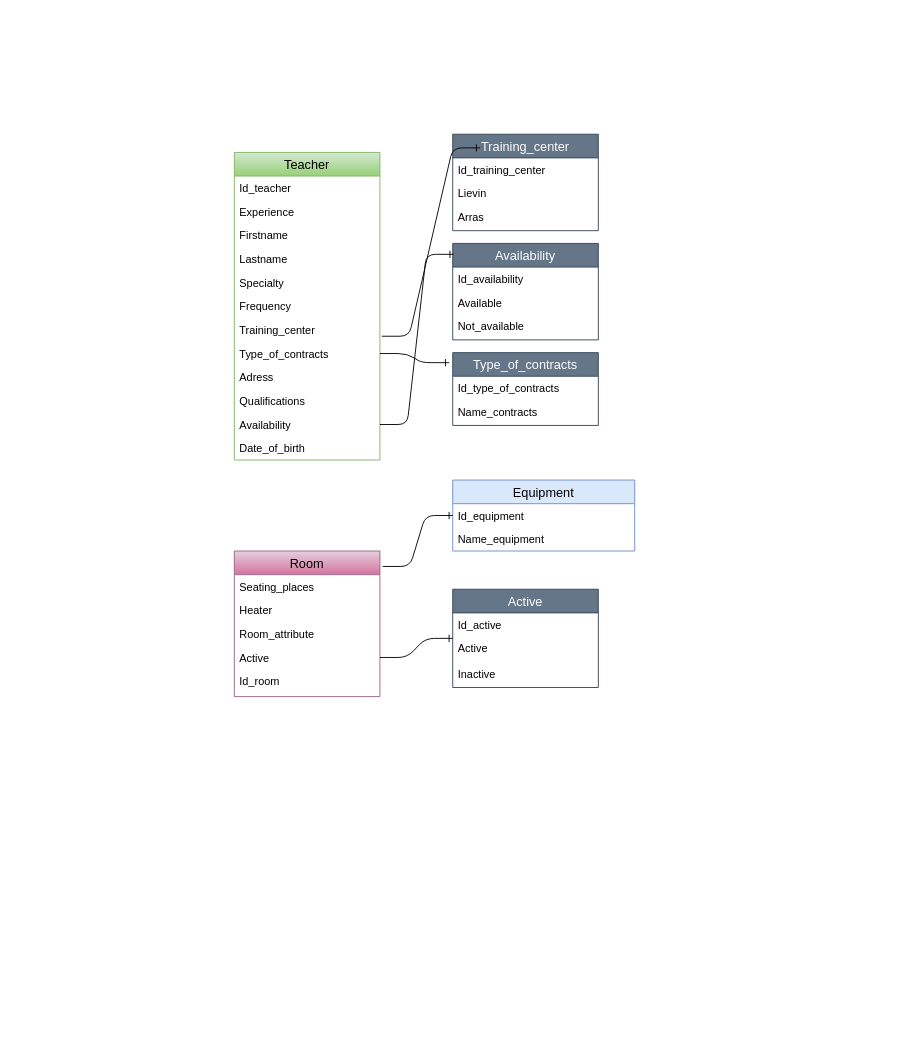
Barrkevin/GithubKevin keeps this draw.io diagram as MySQL/Introduction SQL.drawio. Above is the earlier version. Source tidied: cells renumbered, new cells numbered last; positions are measured from the earlier drawing's top-left corner, leaving out a move shared by most shapes. Both pictures are drawn from the tidied source at 91%, with x=0, y=0 at pixel (234, 134).
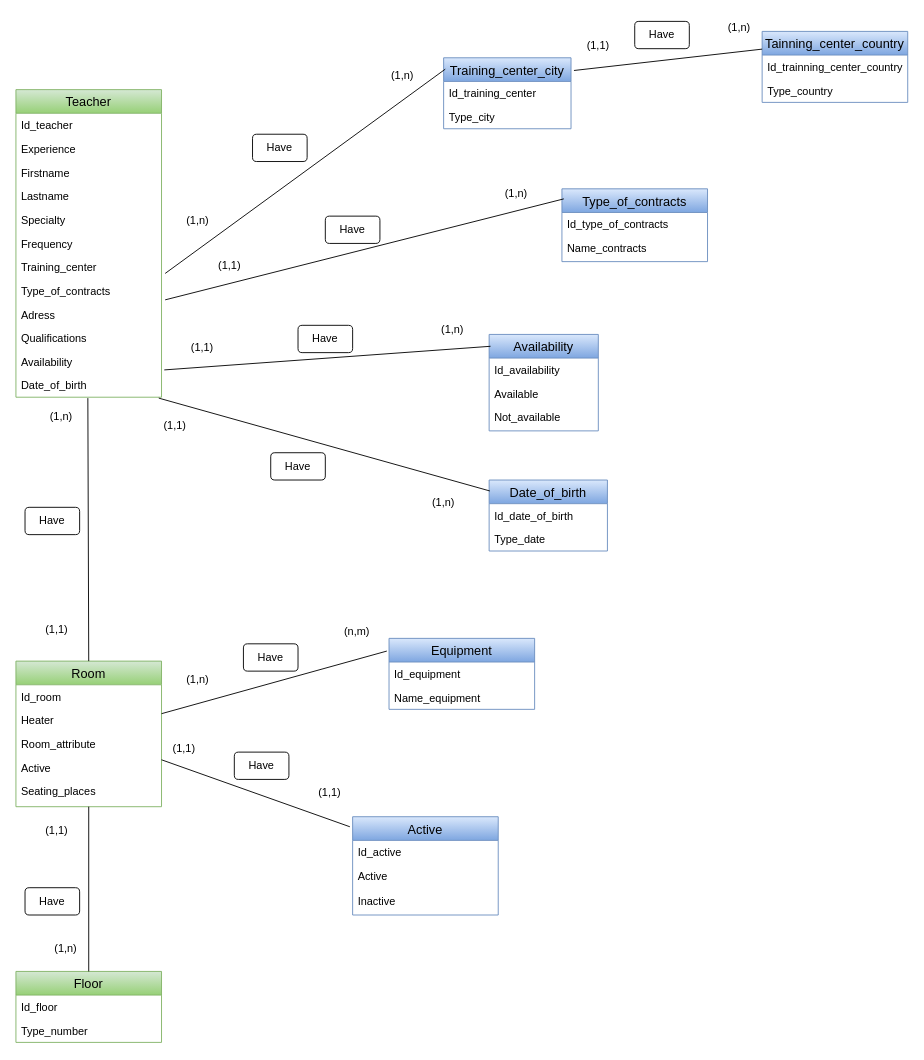
The same page after the edit.

Unchanged cells that the change refers to:
```xml
<mxCell id="15" value="Training_center" style="text;strokeColor=none;fillColor=none;spacingLeft=4;spacingRight=4;overflow=hidden;points=[[0,0.5],[1,0.5]];portConstraint=eastwest;fontSize=12;" parent="8" vertex="1">
  <mxGeometry y="182" width="160" height="26" as="geometry" />
</mxCell>
<mxCell id="16" value="Type_of_contracts" style="text;strokeColor=none;fillColor=none;spacingLeft=4;spacingRight=4;overflow=hidden;points=[[0,0.5],[1,0.5]];portConstraint=eastwest;fontSize=12;" parent="8" vertex="1">
  <mxGeometry y="208" width="160" height="26" as="geometry" />
</mxCell>
<mxCell id="19" value="Availability" style="text;strokeColor=none;fillColor=none;spacingLeft=4;spacingRight=4;overflow=hidden;points=[[0,0.5],[1,0.5]];portConstraint=eastwest;fontSize=12;" parent="8" vertex="1">
  <mxGeometry y="286" width="160" height="26" as="geometry" />
</mxCell>
<mxCell id="20" value="Date_of_birth" style="text;strokeColor=none;fillColor=none;spacingLeft=4;spacingRight=4;overflow=hidden;points=[[0,0.5],[1,0.5]];portConstraint=eastwest;fontSize=12;" parent="8" vertex="1">
  <mxGeometry y="312" width="160" height="26" as="geometry" />
</mxCell>
<mxCell id="25" value="Active" style="text;strokeColor=none;fillColor=none;spacingLeft=4;spacingRight=4;overflow=hidden;points=[[0,0.5],[1,0.5]];portConstraint=eastwest;fontSize=12;" parent="21" vertex="1">
  <mxGeometry y="104" width="160" height="26" as="geometry" />
</mxCell>
```

Diff of the diagram source:
```diff
@@
-    <mxCell id="2" value="Equipment" style="swimlane;fontStyle=0;horizontal=1;startSize=26;fillColor=#dae8fc;swimlaneFillColor=#ffffff;align=center;fontSize=14;strokeColor=#6c8ebf;" parent="1" vertex="1">
-      <mxGeometry x="240" y="380" width="200" height="78" as="geometry" />
+    <mxCell id="2" value="Equipment" style="swimlane;fontStyle=0;horizontal=1;startSize=26;fillColor=#dae8fc;swimlaneFillColor=#ffffff;align=center;fontSize=14;strokeColor=#6c8ebf;gradientColor=#7ea6e0;" parent="1" vertex="1">
+      <mxGeometry x="170" y="554" width="160" height="78" as="geometry" />
     </mxCell>
     <mxCell id="3" value="Id_equipment" style="text;strokeColor=none;fillColor=none;spacingLeft=4;spacingRight=4;overflow=hidden;fontSize=12;" parent="2" vertex="1">
-      <mxGeometry y="26" width="200" height="26" as="geometry" />
+      <mxGeometry y="26" width="160" height="26" as="geometry" />
     </mxCell>
     <mxCell id="4" value="Name_equipment" style="text;strokeColor=none;fillColor=none;spacingLeft=4;spacingRight=4;overflow=hidden;fontSize=12;" parent="2" vertex="1">
-      <mxGeometry y="52" width="200" height="26" as="geometry" />
+      <mxGeometry y="52" width="160" height="26" as="geometry" />
     </mxCell>
-    <mxCell id="5" value="Type_of_contracts" style="swimlane;fontStyle=0;horizontal=1;startSize=26;fillColor=#647687;swimlaneFillColor=#ffffff;align=center;fontSize=14;strokeColor=#314354;fontColor=#ffffff;" parent="1" vertex="1">
-      <mxGeometry x="240" y="240" width="160" height="80" as="geometry" />
+    <mxCell id="5" value="Type_of_contracts" style="swimlane;fontStyle=0;horizontal=1;startSize=26;fillColor=#dae8fc;swimlaneFillColor=#ffffff;align=center;fontSize=14;strokeColor=#6c8ebf;gradientColor=#7ea6e0;" parent="1" vertex="1">
+      <mxGeometry x="360" y="60" width="160" height="80" as="geometry" />
     </mxCell>
@@
     <mxCell id="8" value="Teacher" style="swimlane;fontStyle=0;horizontal=1;startSize=26;fillColor=#d5e8d4;swimlaneFillColor=#ffffff;align=center;fontSize=14;gradientColor=#97d077;strokeColor=#82b366;" parent="1" vertex="1">
-      <mxGeometry y="20" width="160" height="338" as="geometry" />
+      <mxGeometry x="-240" y="-49" width="160" height="338" as="geometry" />
     </mxCell>
@@
-    <mxCell id="21" value="Room" style="swimlane;fontStyle=0;horizontal=1;startSize=26;fillColor=#e6d0de;swimlaneFillColor=#ffffff;align=center;fontSize=14;gradientColor=#d5739d;strokeColor=#996185;" parent="1" vertex="1">
-      <mxGeometry y="458" width="160" height="160" as="geometry" />
+    <mxCell id="21" value="Room" style="swimlane;fontStyle=0;horizontal=1;startSize=26;fillColor=#d5e8d4;swimlaneFillColor=#ffffff;align=center;fontSize=14;gradientColor=#97d077;strokeColor=#82b366;" parent="1" vertex="1">
+      <mxGeometry x="-240" y="579" width="160" height="160" as="geometry" />
     </mxCell>
-    <mxCell id="22" value="Seating_places" style="text;strokeColor=none;fillColor=none;spacingLeft=4;spacingRight=4;overflow=hidden;fontSize=12;" parent="21" vertex="1">
+    <mxCell id="22" value="Id_room" style="text;strokeColor=none;fillColor=none;spacingLeft=4;spacingRight=4;overflow=hidden;fontSize=12;" parent="21" vertex="1">
       <mxGeometry y="26" width="160" height="26" as="geometry" />
     </mxCell>
@@
-    <mxCell id="26" value="Id_room" style="text;strokeColor=none;fillColor=none;spacingLeft=4;spacingRight=4;overflow=hidden;fontSize=12;" parent="21" vertex="1">
+    <mxCell id="26" value="Seating_places" style="text;strokeColor=none;fillColor=none;spacingLeft=4;spacingRight=4;overflow=hidden;fontSize=12;" parent="21" vertex="1">
       <mxGeometry y="130" width="160" height="30" as="geometry" />
     </mxCell>
-    <mxCell id="27" style="edgeStyle=entityRelationEdgeStyle;fontSize=12;html=1;endArrow=ERone;endFill=1;exitX=1.019;exitY=0.106;exitDx=0;exitDy=0;exitPerimeter=0;" parent="1" edge="1" source="21" target="2">
-      <mxGeometry relative="1" as="geometry" />
-    </mxCell>
-    <mxCell id="28" style="edgeStyle=entityRelationEdgeStyle;fontSize=12;html=1;endArrow=ERone;endFill=1;entryX=-0.025;entryY=0.138;entryDx=0;entryDy=0;entryPerimeter=0;" parent="1" edge="1" source="16" target="5">
-      <mxGeometry relative="1" as="geometry" />
-    </mxCell>
-    <mxCell id="29" value="Availability" style="swimlane;fontStyle=0;horizontal=1;startSize=26;fillColor=#647687;swimlaneFillColor=#ffffff;align=center;fontSize=14;strokeColor=#314354;fontColor=#ffffff;" parent="1" vertex="1">
-      <mxGeometry x="240" y="120" width="160" height="106" as="geometry" />
+    <mxCell id="29" value="Availability" style="swimlane;fontStyle=0;horizontal=1;startSize=26;fillColor=#dae8fc;swimlaneFillColor=#ffffff;align=center;fontSize=14;strokeColor=#6c8ebf;gradientColor=#7ea6e0;" parent="1" vertex="1">
+      <mxGeometry x="280" y="220" width="120" height="106" as="geometry" />
     </mxCell>
     <mxCell id="30" value="Id_availability" style="text;strokeColor=none;fillColor=none;spacingLeft=4;spacingRight=4;overflow=hidden;fontSize=12;" parent="29" vertex="1">
-      <mxGeometry y="26" width="160" height="26" as="geometry" />
+      <mxGeometry y="26" width="120" height="26" as="geometry" />
     </mxCell>
     <mxCell id="31" value="Available&#10;" style="text;strokeColor=none;fillColor=none;spacingLeft=4;spacingRight=4;overflow=hidden;fontSize=12;" parent="29" vertex="1">
-      <mxGeometry y="52" width="160" height="26" as="geometry" />
+      <mxGeometry y="52" width="120" height="26" as="geometry" />
     </mxCell>
     <mxCell id="32" value="Not_available" style="text;strokeColor=none;fillColor=none;spacingLeft=4;spacingRight=4;overflow=hidden;fontSize=12;" parent="29" vertex="1">
-      <mxGeometry y="78" width="160" height="28" as="geometry" />
+      <mxGeometry y="78" width="120" height="28" as="geometry" />
     </mxCell>
-    <mxCell id="33" style="edgeStyle=entityRelationEdgeStyle;fontSize=12;html=1;endArrow=ERone;endFill=1;entryX=0.006;entryY=0.113;entryDx=0;entryDy=0;entryPerimeter=0;" parent="1" edge="1" source="19" target="29">
-      <mxGeometry relative="1" as="geometry" />
-    </mxCell>
-    <mxCell id="34" value="Training_center" style="swimlane;fontStyle=0;horizontal=1;startSize=26;fillColor=#647687;swimlaneFillColor=#ffffff;align=center;fontSize=14;strokeColor=#314354;fontColor=#ffffff;" parent="1" vertex="1">
-      <mxGeometry x="240" width="160" height="106" as="geometry" />
+    <mxCell id="34" value="Training_center_city" style="swimlane;fontStyle=0;horizontal=1;startSize=26;fillColor=#dae8fc;swimlaneFillColor=#ffffff;align=center;fontSize=14;strokeColor=#6c8ebf;gradientColor=#7ea6e0;" parent="1" vertex="1">
+      <mxGeometry x="230" y="-84" width="140" height="78" as="geometry" />
     </mxCell>
-    <mxCell id="35" style="edgeStyle=entityRelationEdgeStyle;fontSize=12;html=1;endArrow=ERone;endFill=1;exitX=1.013;exitY=0.769;exitDx=0;exitDy=0;exitPerimeter=0;" parent="34" edge="1" source="15">
-      <mxGeometry relative="1" as="geometry">
-        <mxPoint x="30" y="15" as="targetPoint" />
-      </mxGeometry>
-    </mxCell>
     <mxCell id="36" value="Id_training_center" style="text;strokeColor=none;fillColor=none;spacingLeft=4;spacingRight=4;overflow=hidden;fontSize=12;" parent="34" vertex="1">
-      <mxGeometry y="26" width="160" height="26" as="geometry" />
+      <mxGeometry y="26" width="140" height="26" as="geometry" />
     </mxCell>
-    <mxCell id="37" value="Lievin" style="text;strokeColor=none;fillColor=none;spacingLeft=4;spacingRight=4;overflow=hidden;fontSize=12;" parent="34" vertex="1">
-      <mxGeometry y="52" width="160" height="26" as="geometry" />
+    <mxCell id="37" value="Type_city" style="text;strokeColor=none;fillColor=none;spacingLeft=4;spacingRight=4;overflow=hidden;fontSize=12;" parent="34" vertex="1">
+      <mxGeometry y="52" width="140" height="26" as="geometry" />
     </mxCell>
-    <mxCell id="38" value="Arras" style="text;strokeColor=none;fillColor=none;spacingLeft=4;spacingRight=4;overflow=hidden;fontSize=12;" parent="34" vertex="1">
-      <mxGeometry y="78" width="160" height="28" as="geometry" />
-    </mxCell>
-    <mxCell id="39" value="Active" style="swimlane;fontStyle=0;horizontal=1;startSize=26;fillColor=#647687;swimlaneFillColor=#ffffff;align=center;fontSize=14;strokeColor=#314354;fontColor=#ffffff;" parent="1" vertex="1">
-      <mxGeometry x="240" y="500" width="160" height="108" as="geometry" />
+    <mxCell id="39" value="Active" style="swimlane;fontStyle=0;horizontal=1;startSize=26;fillColor=#dae8fc;swimlaneFillColor=#ffffff;align=center;fontSize=14;strokeColor=#6c8ebf;gradientColor=#7ea6e0;" parent="1" vertex="1">
+      <mxGeometry x="130" y="750" width="160" height="108" as="geometry" />
     </mxCell>
@@
-    <mxCell id="43" style="edgeStyle=entityRelationEdgeStyle;fontSize=12;html=1;endArrow=ERone;endFill=1;" parent="1" edge="1" source="25" target="39">
-      <mxGeometry relative="1" as="geometry" />
-    </mxCell>
+    <mxCell id="44" value="Tainning_center_country" style="swimlane;fontStyle=0;horizontal=1;startSize=26;fillColor=#dae8fc;swimlaneFillColor=#ffffff;align=center;fontSize=14;strokeColor=#6c8ebf;gradientColor=#7ea6e0;" parent="1" vertex="1">
+      <mxGeometry x="580" y="-113" width="160" height="78" as="geometry" />
+    </mxCell>
+    <mxCell id="45" value="Id_trainning_center_country" style="text;strokeColor=none;fillColor=none;spacingLeft=4;spacingRight=4;overflow=hidden;fontSize=12;" parent="44" vertex="1">
+      <mxGeometry y="26" width="160" height="26" as="geometry" />
+    </mxCell>
+    <mxCell id="46" value="Type_country" style="text;strokeColor=none;fillColor=none;spacingLeft=4;spacingRight=4;overflow=hidden;fontSize=12;" parent="44" vertex="1">
+      <mxGeometry y="52" width="160" height="26" as="geometry" />
+    </mxCell>
+    <mxCell id="47" value="Date_of_birth" style="swimlane;fontStyle=0;horizontal=1;startSize=26;fillColor=#dae8fc;swimlaneFillColor=#ffffff;align=center;fontSize=14;gradientColor=#7ea6e0;strokeColor=#6c8ebf;" parent="1" vertex="1">
+      <mxGeometry x="280" y="380" width="130" height="78" as="geometry" />
+    </mxCell>
+    <mxCell id="48" value="Id_date_of_birth" style="text;strokeColor=none;fillColor=none;spacingLeft=4;spacingRight=4;overflow=hidden;fontSize=12;" parent="47" vertex="1">
+      <mxGeometry y="26" width="130" height="26" as="geometry" />
+    </mxCell>
+    <mxCell id="49" value="Type_date" style="text;strokeColor=none;fillColor=none;spacingLeft=4;spacingRight=4;overflow=hidden;fontSize=12;" parent="47" vertex="1">
+      <mxGeometry y="52" width="130" height="26" as="geometry" />
+    </mxCell>
+    <mxCell id="50" style="endArrow=none;html=1;rounded=0;exitX=0.981;exitY=1.038;exitDx=0;exitDy=0;exitPerimeter=0;entryX=0.006;entryY=0.154;entryDx=0;entryDy=0;entryPerimeter=0;" parent="1" edge="1" source="20" target="47">
+      <mxGeometry relative="1" as="geometry" />
+    </mxCell>
+    <mxCell id="33" style="endArrow=none;html=1;rounded=0;entryX=0.013;entryY=0.123;entryDx=0;entryDy=0;entryPerimeter=0;exitX=1.019;exitY=0.846;exitDx=0;exitDy=0;exitPerimeter=0;" parent="1" edge="1" source="19" target="29">
+      <mxGeometry relative="1" as="geometry" />
+    </mxCell>
+    <mxCell id="28" style="endArrow=none;html=1;rounded=0;entryX=0.013;entryY=0.138;entryDx=0;entryDy=0;entryPerimeter=0;exitX=1.025;exitY=0.885;exitDx=0;exitDy=0;exitPerimeter=0;" parent="1" edge="1" source="16" target="5">
+      <mxGeometry relative="1" as="geometry" />
+    </mxCell>
+    <mxCell id="51" style="endArrow=none;html=1;rounded=0;entryX=0.013;entryY=0.16;entryDx=0;entryDy=0;entryPerimeter=0;exitX=1.025;exitY=0.769;exitDx=0;exitDy=0;exitPerimeter=0;" parent="1" edge="1" source="15" target="34">
+      <mxGeometry relative="1" as="geometry" />
+    </mxCell>
+    <mxCell id="27" style="endArrow=none;html=1;rounded=0;entryX=-0.015;entryY=0.179;entryDx=0;entryDy=0;entryPerimeter=0;" parent="1" edge="1" source="21" target="2">
+      <mxGeometry relative="1" as="geometry" />
+    </mxCell>
+    <mxCell id="52" style="endArrow=none;html=1;rounded=0;entryX=-0.019;entryY=0.102;entryDx=0;entryDy=0;entryPerimeter=0;" parent="1" edge="1" source="21" target="39">
+      <mxGeometry relative="1" as="geometry" />
+    </mxCell>
+    <mxCell id="53" value="(1,n)" style="text;html=1;strokeColor=none;fillColor=none;align=center;verticalAlign=middle;whiteSpace=wrap;rounded=0;" parent="1" vertex="1">
+      <mxGeometry x="-60" y="80" width="40" height="30" as="geometry" />
+    </mxCell>
+    <mxCell id="54" value="(1,n)" style="text;html=1;strokeColor=none;fillColor=none;align=center;verticalAlign=middle;whiteSpace=wrap;rounded=0;" parent="1" vertex="1">
+      <mxGeometry x="160" y="-80" width="50" height="31" as="geometry" />
+    </mxCell>
+    <mxCell id="55" value="(1,1)" style="text;html=1;strokeColor=none;fillColor=none;align=center;verticalAlign=middle;whiteSpace=wrap;rounded=0;" parent="1" vertex="1">
+      <mxGeometry x="-30" y="130" width="50" height="30" as="geometry" />
+    </mxCell>
+    <mxCell id="56" value="(1,n)" style="text;html=1;strokeColor=none;fillColor=none;align=center;verticalAlign=middle;whiteSpace=wrap;rounded=0;" parent="1" vertex="1">
+      <mxGeometry x="290" y="50" width="40" height="30" as="geometry" />
+    </mxCell>
+    <mxCell id="57" style="endArrow=none;html=1;rounded=0;exitX=1.023;exitY=0.179;exitDx=0;exitDy=0;exitPerimeter=0;entryX=0;entryY=0.25;entryDx=0;entryDy=0;" parent="1" edge="1" source="34" target="44">
+      <mxGeometry relative="1" as="geometry" />
+    </mxCell>
+    <mxCell id="58" value="(1,1)" style="text;html=1;strokeColor=none;fillColor=none;align=center;verticalAlign=middle;whiteSpace=wrap;rounded=0;" parent="1" vertex="1">
+      <mxGeometry x="-80" y="660" width="50" height="30" as="geometry" />
+    </mxCell>
+    <mxCell id="59" value="(1,1)" style="text;html=1;strokeColor=none;fillColor=none;align=center;verticalAlign=middle;whiteSpace=wrap;rounded=0;" parent="1" vertex="1">
+      <mxGeometry x="80" y="709" width="50" height="30" as="geometry" />
+    </mxCell>
+    <mxCell id="60" value="(1,n)" style="text;html=1;strokeColor=none;fillColor=none;align=center;verticalAlign=middle;whiteSpace=wrap;rounded=0;" parent="1" vertex="1">
+      <mxGeometry x="-70" y="579" width="60" height="39" as="geometry" />
+    </mxCell>
+    <mxCell id="61" value="(n,m)" style="text;html=1;strokeColor=none;fillColor=none;align=center;verticalAlign=middle;whiteSpace=wrap;rounded=0;" parent="1" vertex="1">
+      <mxGeometry x="110" y="530" width="50" height="34" as="geometry" />
+    </mxCell>
+    <mxCell id="62" value="(1,1)" style="text;html=1;strokeColor=none;fillColor=none;align=center;verticalAlign=middle;whiteSpace=wrap;rounded=0;" parent="1" vertex="1">
+      <mxGeometry x="-90" y="300" width="50" height="40" as="geometry" />
+    </mxCell>
+    <mxCell id="63" value="(1,n)" style="text;html=1;strokeColor=none;fillColor=none;align=center;verticalAlign=middle;whiteSpace=wrap;rounded=0;" parent="1" vertex="1">
+      <mxGeometry x="200" y="390" width="60" height="30" as="geometry" />
+    </mxCell>
+    <mxCell id="64" value="(1,1)" style="text;html=1;strokeColor=none;fillColor=none;align=center;verticalAlign=middle;whiteSpace=wrap;rounded=0;" parent="1" vertex="1">
+      <mxGeometry x="-60" y="220" width="50" height="30" as="geometry" />
+    </mxCell>
+    <mxCell id="65" value="(1,n)" style="text;html=1;strokeColor=none;fillColor=none;align=center;verticalAlign=middle;whiteSpace=wrap;rounded=0;" parent="1" vertex="1">
+      <mxGeometry x="210" y="200" width="60" height="30" as="geometry" />
+    </mxCell>
+    <mxCell id="66" value="(1,1)" style="text;html=1;strokeColor=none;fillColor=none;align=center;verticalAlign=middle;whiteSpace=wrap;rounded=0;" parent="1" vertex="1">
+      <mxGeometry x="380" y="-110" width="40" height="26" as="geometry" />
+    </mxCell>
+    <mxCell id="67" value="(1,n)" style="text;html=1;strokeColor=none;fillColor=none;align=center;verticalAlign=middle;whiteSpace=wrap;rounded=0;" parent="1" vertex="1">
+      <mxGeometry x="530" y="-130" width="50" height="26" as="geometry" />
+    </mxCell>
+    <mxCell id="68" style="endArrow=none;html=1;rounded=0;exitX=0.494;exitY=1.038;exitDx=0;exitDy=0;exitPerimeter=0;entryX=0.5;entryY=0;entryDx=0;entryDy=0;" parent="1" edge="1" source="20" target="21">
+      <mxGeometry relative="1" as="geometry" />
+    </mxCell>
+    <mxCell id="69" value="(1,n)" style="text;html=1;strokeColor=none;fillColor=none;align=center;verticalAlign=middle;whiteSpace=wrap;rounded=0;" parent="1" vertex="1">
+      <mxGeometry x="-210" y="300" width="40" height="20" as="geometry" />
+    </mxCell>
+    <mxCell id="70" value="(1,1)" style="text;html=1;strokeColor=none;fillColor=none;align=center;verticalAlign=middle;whiteSpace=wrap;rounded=0;" parent="1" vertex="1">
+      <mxGeometry x="-220" y="530" width="50" height="30" as="geometry" />
+    </mxCell>
+    <mxCell id="71" value="Floor" style="swimlane;fontStyle=0;horizontal=1;startSize=26;fillColor=#d5e8d4;swimlaneFillColor=#ffffff;align=center;fontSize=14;gradientColor=#97d077;strokeColor=#82b366;" parent="1" vertex="1">
+      <mxGeometry x="-240" y="920" width="160" height="78" as="geometry" />
+    </mxCell>
+    <mxCell id="72" value="Id_floor" style="text;strokeColor=none;fillColor=none;spacingLeft=4;spacingRight=4;overflow=hidden;fontSize=12;" parent="71" vertex="1">
+      <mxGeometry y="26" width="160" height="26" as="geometry" />
+    </mxCell>
+    <mxCell id="73" value="Type_number" style="text;strokeColor=none;fillColor=none;spacingLeft=4;spacingRight=4;overflow=hidden;fontSize=12;" parent="71" vertex="1">
+      <mxGeometry y="52" width="160" height="26" as="geometry" />
+    </mxCell>
+    <mxCell id="74" style="endArrow=none;html=1;rounded=0;entryX=0.5;entryY=0;entryDx=0;entryDy=0;" parent="1" edge="1" source="21" target="71">
+      <mxGeometry relative="1" as="geometry" />
+    </mxCell>
+    <mxCell id="75" value="(1,1)" style="text;html=1;strokeColor=none;fillColor=none;align=center;verticalAlign=middle;whiteSpace=wrap;rounded=0;" parent="1" vertex="1">
+      <mxGeometry x="-220" y="750" width="50" height="30" as="geometry" />
+    </mxCell>
+    <mxCell id="76" value="(1,n)" style="text;html=1;strokeColor=none;fillColor=none;align=center;verticalAlign=middle;whiteSpace=wrap;rounded=0;" parent="1" vertex="1">
+      <mxGeometry x="-210" y="880" width="50" height="30" as="geometry" />
+    </mxCell>
+    <mxCell id="77" value="Have" style="rounded=1;whiteSpace=wrap;html=1;" parent="1" vertex="1">
+      <mxGeometry x="-230" y="828" width="60" height="30" as="geometry" />
+    </mxCell>
+    <mxCell id="78" value="Have" style="rounded=1;whiteSpace=wrap;html=1;" parent="1" vertex="1">
+      <mxGeometry x="10" y="560" width="60" height="30" as="geometry" />
+    </mxCell>
+    <mxCell id="79" value="Have" style="rounded=1;whiteSpace=wrap;html=1;" parent="1" vertex="1">
+      <mxGeometry y="679" width="60" height="30" as="geometry" />
+    </mxCell>
+    <mxCell id="80" value="Have" style="rounded=1;whiteSpace=wrap;html=1;" parent="1" vertex="1">
+      <mxGeometry x="40" y="350" width="60" height="30" as="geometry" />
+    </mxCell>
+    <mxCell id="81" value="Have" style="rounded=1;whiteSpace=wrap;html=1;" parent="1" vertex="1">
+      <mxGeometry x="70" y="210" width="60" height="30" as="geometry" />
+    </mxCell>
+    <mxCell id="82" value="Have" style="rounded=1;whiteSpace=wrap;html=1;" parent="1" vertex="1">
+      <mxGeometry x="100" y="90" width="60" height="30" as="geometry" />
+    </mxCell>
+    <mxCell id="83" value="Have" style="rounded=1;whiteSpace=wrap;html=1;" parent="1" vertex="1">
+      <mxGeometry x="20" width="60" height="30" as="geometry" />
+    </mxCell>
+    <mxCell id="84" value="Have" style="rounded=1;whiteSpace=wrap;html=1;" parent="1" vertex="1">
+      <mxGeometry x="440" y="-124" width="60" height="30" as="geometry" />
+    </mxCell>
+    <mxCell id="85" value="Have" style="rounded=1;whiteSpace=wrap;html=1;" parent="1" vertex="1">
+      <mxGeometry x="-230" y="410" width="60" height="30" as="geometry" />
+    </mxCell>
```
